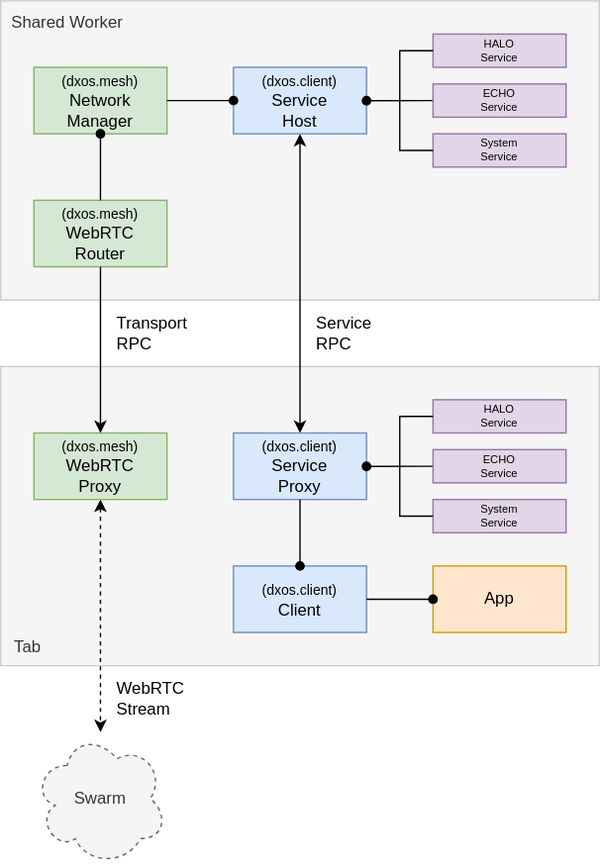
Earlier version of the draw.io export docs/design/diagrams/client-webrtc-router.drawio.svg (dxos/dxos). Source tidied: cells renumbered, new cells last; positions are measured from the earlier drawing's top-left corner, leaving out a move shared by most shapes.
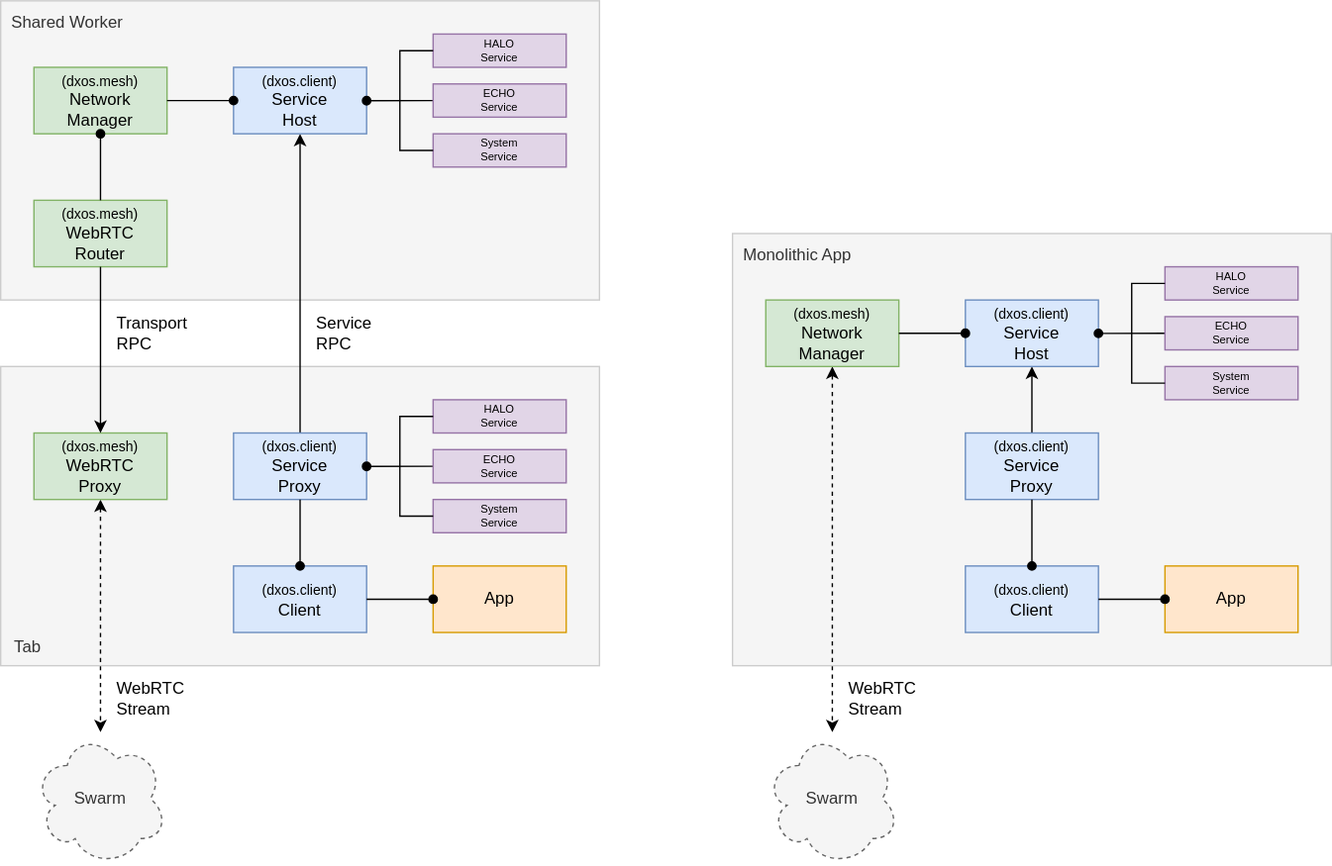
The same diagram one commit later.

What changed in the source:
```diff
@@ -17,7 +17,7 @@
     <mxCell id="6" value="&lt;font style=&quot;font-size: 10px&quot;&gt;(dxos.mesh)&lt;/font&gt;&lt;br&gt;WebRTC&lt;br&gt;Router" style="rounded=0;whiteSpace=wrap;html=1;fillColor=#d5e8d4;strokeColor=#82b366;" parent="1" vertex="1">
       <mxGeometry x="24" y="144" width="96" height="48" as="geometry" />
     </mxCell>
-    <mxCell id="7" style="edgeStyle=none;html=1;exitX=0.5;exitY=0;exitDx=0;exitDy=0;entryX=0.5;entryY=1;entryDx=0;entryDy=0;startArrow=classic;startFill=1;endArrow=classic;endFill=1;" parent="1" edge="1" source="8" target="9">
+    <mxCell id="7" style="edgeStyle=none;html=1;exitX=0.5;exitY=0;exitDx=0;exitDy=0;entryX=0.5;entryY=1;entryDx=0;entryDy=0;startArrow=none;startFill=0;endArrow=classic;endFill=1;" parent="1" edge="1" source="8" target="9">
       <mxGeometry relative="1" as="geometry" />
     </mxCell>
     <mxCell id="8" value="&lt;font style=&quot;font-size: 10px&quot;&gt;(dxos.client)&lt;br&gt;&lt;/font&gt;Service&lt;br&gt;Proxy" style="rounded=0;whiteSpace=wrap;html=1;fillColor=#dae8fc;strokeColor=#6c8ebf;" parent="1" vertex="1">
@@ -112,5 +112,69 @@
         </Array>
       </mxGeometry>
     </mxCell>
+    <mxCell id="34" value="Monolithic App" style="rounded=0;whiteSpace=wrap;html=1;fillColor=#f5f5f5;fontColor=#333333;strokeColor=#CCCCCC;verticalAlign=top;spacingBottom=4;spacingTop=4;align=left;spacing=0;spacingRight=8;spacingLeft=8;" parent="1" vertex="1">
+      <mxGeometry x="528" y="168" width="432" height="312" as="geometry" />
+    </mxCell>
+    <mxCell id="35" style="edgeStyle=none;html=1;startArrow=classic;startFill=1;endArrow=classic;endFill=1;dashed=1;" parent="1" edge="1" source="45" target="39">
+      <mxGeometry relative="1" as="geometry" />
+    </mxCell>
+    <mxCell id="36" style="edgeStyle=none;html=1;exitX=0.5;exitY=0;exitDx=0;exitDy=0;entryX=0.5;entryY=1;entryDx=0;entryDy=0;startArrow=none;startFill=0;endArrow=classic;endFill=1;" parent="1" edge="1" source="37" target="38">
+      <mxGeometry relative="1" as="geometry" />
+    </mxCell>
+    <mxCell id="37" value="&lt;font style=&quot;font-size: 10px&quot;&gt;(dxos.client)&lt;br&gt;&lt;/font&gt;Service&lt;br&gt;Proxy" style="rounded=0;whiteSpace=wrap;html=1;fillColor=#dae8fc;strokeColor=#6c8ebf;" parent="1" vertex="1">
+      <mxGeometry x="696" y="312" width="96" height="48" as="geometry" />
+    </mxCell>
+    <mxCell id="38" value="&lt;font style=&quot;font-size: 10px&quot;&gt;(dxos.client)&lt;/font&gt;&lt;br&gt;Service&lt;br&gt;Host" style="rounded=0;whiteSpace=wrap;html=1;fillColor=#dae8fc;strokeColor=#6c8ebf;" parent="1" vertex="1">
+      <mxGeometry x="696" y="216" width="96" height="48" as="geometry" />
+    </mxCell>
+    <mxCell id="39" value="Swarm" style="ellipse;shape=cloud;whiteSpace=wrap;html=1;dashed=1;fillColor=#f5f5f5;fontColor=#333333;strokeColor=#666666;" parent="1" vertex="1">
+      <mxGeometry x="552" y="528" width="96" height="96" as="geometry" />
+    </mxCell>
+    <mxCell id="40" value="WebRTC&lt;br&gt;Stream" style="rounded=0;whiteSpace=wrap;html=1;dashed=1;align=left;spacingLeft=10;strokeColor=none;fillColor=none;" parent="1" vertex="1">
+      <mxGeometry x="600" y="480" width="96" height="48" as="geometry" />
+    </mxCell>
+    <mxCell id="41" value="&lt;font style=&quot;font-size: 10px&quot;&gt;(dxos.client)&lt;br&gt;&lt;/font&gt;Client" style="rounded=0;whiteSpace=wrap;html=1;fillColor=#dae8fc;strokeColor=#6c8ebf;" parent="1" vertex="1">
+      <mxGeometry x="696" y="408" width="96" height="48" as="geometry" />
+    </mxCell>
+    <mxCell id="42" value="App" style="rounded=0;whiteSpace=wrap;html=1;fillColor=#ffe6cc;strokeColor=#d79b00;" parent="1" vertex="1">
+      <mxGeometry x="840" y="408" width="96" height="48" as="geometry" />
+    </mxCell>
+    <mxCell id="43" style="edgeStyle=none;html=1;exitX=0.5;exitY=0;exitDx=0;exitDy=0;startArrow=oval;startFill=1;endArrow=none;endFill=0;" parent="1" edge="1" source="41" target="37">
+      <mxGeometry relative="1" as="geometry" />
+    </mxCell>
+    <mxCell id="44" style="edgeStyle=none;html=1;exitX=0;exitY=0.5;exitDx=0;exitDy=0;startArrow=oval;startFill=1;endArrow=none;endFill=0;" parent="1" edge="1" source="42" target="41">
+      <mxGeometry relative="1" as="geometry" />
+    </mxCell>
+    <mxCell id="45" value="&lt;font style=&quot;font-size: 10px&quot;&gt;(dxos.mesh)&lt;br&gt;&lt;/font&gt;Network&lt;br&gt;Manager" style="rounded=0;whiteSpace=wrap;html=1;fillColor=#d5e8d4;strokeColor=#82b366;" parent="1" vertex="1">
+      <mxGeometry x="552" y="216" width="96" height="48" as="geometry" />
+    </mxCell>
+    <mxCell id="46" style="edgeStyle=none;html=1;exitX=0;exitY=0.5;exitDx=0;exitDy=0;startArrow=oval;startFill=1;endArrow=none;endFill=0;" parent="1" edge="1" source="38" target="45">
+      <mxGeometry relative="1" as="geometry" />
+    </mxCell>
+    <mxCell id="47" style="group;" parent="1" vertex="1">
+      <mxGeometry x="792" y="192" width="144" height="96" as="geometry" />
+    </mxCell>
+    <mxCell id="48" value="HALO&lt;br style=&quot;font-size: 8px&quot;&gt;Service" style="rounded=0;whiteSpace=wrap;html=1;fontSize=8;fillColor=#e1d5e7;strokeColor=#9673a6;" parent="47" vertex="1">
+      <mxGeometry x="48" width="96" height="24" as="geometry" />
+    </mxCell>
+    <mxCell id="49" style="edgeStyle=none;rounded=0;html=1;exitX=0;exitY=0.5;exitDx=0;exitDy=0;startArrow=none;startFill=0;endArrow=oval;endFill=1;" parent="47" edge="1" source="50">
+      <mxGeometry relative="1" as="geometry">
+        <mxPoint y="48.1" as="targetPoint" />
+      </mxGeometry>
+    </mxCell>
+    <mxCell id="50" value="ECHO&lt;br style=&quot;font-size: 8px&quot;&gt;Service" style="rounded=0;whiteSpace=wrap;html=1;fontSize=8;fillColor=#e1d5e7;strokeColor=#9673a6;" parent="47" vertex="1">
+      <mxGeometry x="48" y="36" width="96" height="24" as="geometry" />
+    </mxCell>
+    <mxCell id="51" value="System&lt;br style=&quot;font-size: 8px&quot;&gt;Service" style="rounded=0;whiteSpace=wrap;html=1;fontSize=8;fillColor=#e1d5e7;strokeColor=#9673a6;" parent="47" vertex="1">
+      <mxGeometry x="48" y="72" width="96" height="24" as="geometry" />
+    </mxCell>
+    <mxCell id="52" style="edgeStyle=none;html=1;exitX=0;exitY=0.5;exitDx=0;exitDy=0;entryX=0;entryY=0.5;entryDx=0;entryDy=0;startArrow=none;startFill=0;endArrow=none;endFill=0;rounded=0;" parent="47" edge="1" source="48" target="51">
+      <mxGeometry relative="1" as="geometry">
+        <Array as="points">
+          <mxPoint x="24" y="12" />
+          <mxPoint x="24" y="84" />
+        </Array>
+      </mxGeometry>
+    </mxCell>
   </root>
 </mxGraphModel>
```
